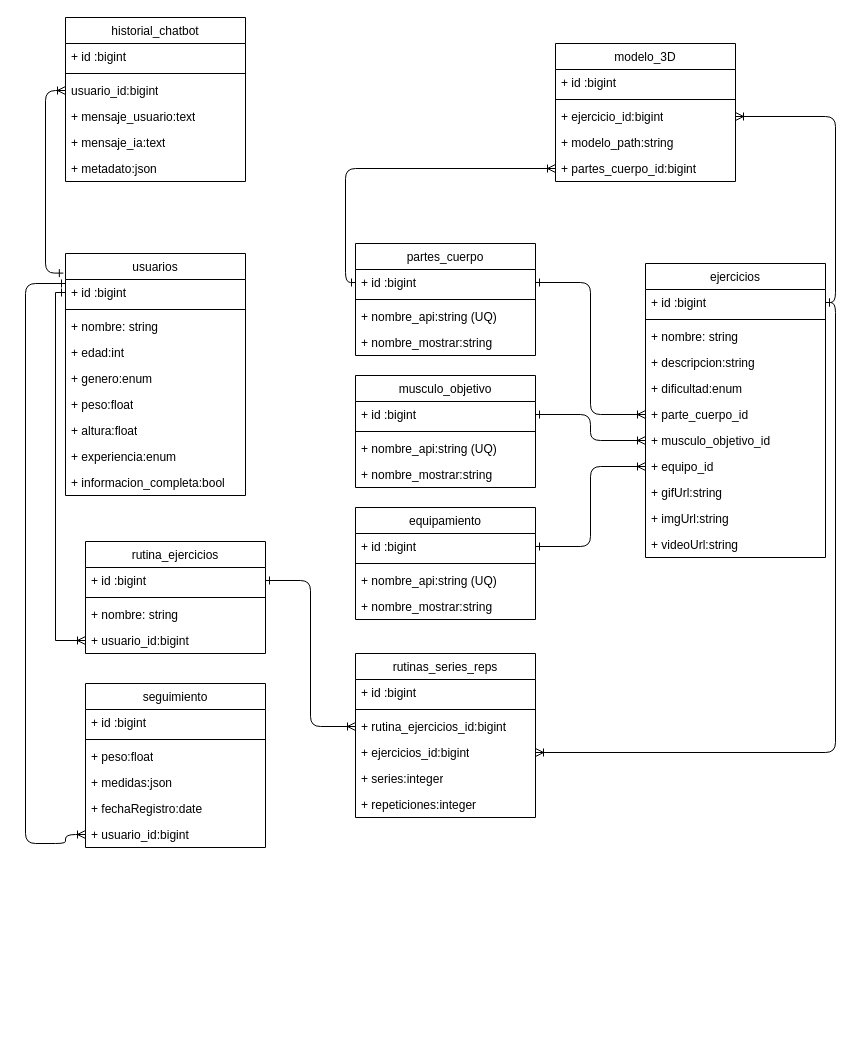
Before: public/database/db.drawio in Jipanaqaba/FITYRON, a draw.io diagram. Source tidied: cells renumbered, new cells numbered last; positions are measured from the earlier drawing's top-left corner, leaving out a move shared by most shapes. Both pictures are drawn from the tidied source at 100%, with x=0, y=0 at pixel (25, 17).
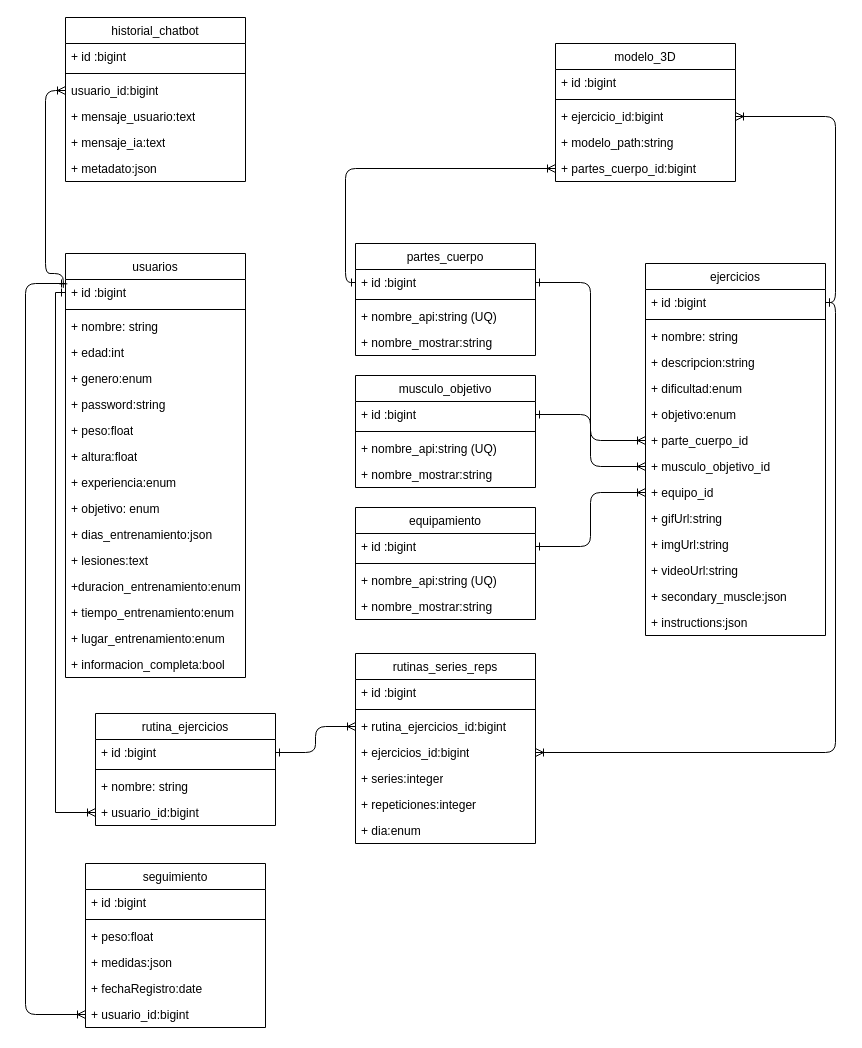
The same page after the edit.

The change refers to these unchanged cells:
```xml
<mxCell id="3" value="&lt;span style=&quot;color: rgb(0, 0, 0);&quot;&gt;+ id :bigint&lt;/span&gt;" style="text;strokeColor=none;fillColor=none;align=left;verticalAlign=top;spacingLeft=4;spacingRight=4;overflow=hidden;points=[[0,0.5],[1,0.5]];portConstraint=eastwest;whiteSpace=wrap;html=1;" parent="2" vertex="1">
  <mxGeometry y="26" width="180" height="26" as="geometry" />
</mxCell>
<mxCell id="45" value="&lt;span style=&quot;color: rgb(0, 0, 0);&quot;&gt;+ usuario_id:bigint&lt;/span&gt;" style="text;strokeColor=none;fillColor=none;align=left;verticalAlign=top;spacingLeft=4;spacingRight=4;overflow=hidden;points=[[0,0.5],[1,0.5]];portConstraint=eastwest;whiteSpace=wrap;html=1;" parent="39" vertex="1">
  <mxGeometry y="138" width="180" height="26" as="geometry" />
</mxCell>
```

What changed in the source:
```diff
@@
     <mxCell id="2" value="&lt;span style=&quot;color: rgb(0, 0, 0); font-weight: 400;&quot;&gt;usuarios&lt;/span&gt;" style="swimlane;fontStyle=1;align=center;verticalAlign=top;horizontal=1;startSize=26;whiteSpace=wrap;html=1;" parent="1" vertex="1">
-      <mxGeometry x="40" y="236" width="180" height="242" as="geometry" />
+      <mxGeometry x="40" y="236" width="180" height="424" as="geometry" />
     </mxCell>
@@
+    <mxCell id="11" value="+ password:string" style="text;strokeColor=none;fillColor=none;align=left;verticalAlign=top;spacingLeft=4;spacingRight=4;overflow=hidden;whiteSpace=wrap;html=1;" parent="2" vertex="1">
+      <mxGeometry y="138" width="180" height="26" as="geometry" />
+    </mxCell>
     <mxCell id="8" value="+ peso:float" style="text;strokeColor=none;fillColor=none;align=left;verticalAlign=top;spacingLeft=4;spacingRight=4;overflow=hidden;whiteSpace=wrap;html=1;" parent="2" vertex="1">
-      <mxGeometry y="138" width="180" height="26" as="geometry" />
+      <mxGeometry y="164" width="180" height="26" as="geometry" />
     </mxCell>
     <mxCell id="9" value="+ altura:float" style="text;strokeColor=none;fillColor=none;align=left;verticalAlign=top;spacingLeft=4;spacingRight=4;overflow=hidden;whiteSpace=wrap;html=1;" parent="2" vertex="1">
-      <mxGeometry y="164" width="180" height="26" as="geometry" />
+      <mxGeometry y="190" width="180" height="26" as="geometry" />
     </mxCell>
     <mxCell id="10" value="+ experiencia:enum" style="text;strokeColor=none;fillColor=none;align=left;verticalAlign=top;spacingLeft=4;spacingRight=4;overflow=hidden;whiteSpace=wrap;html=1;" parent="2" vertex="1">
-      <mxGeometry y="190" width="180" height="26" as="geometry" />
+      <mxGeometry y="216" width="180" height="26" as="geometry" />
     </mxCell>
-    <mxCell id="11" value="+ informacion_completa:bool" style="text;strokeColor=none;fillColor=none;align=left;verticalAlign=top;spacingLeft=4;spacingRight=4;overflow=hidden;whiteSpace=wrap;html=1;" parent="2" vertex="1">
-      <mxGeometry y="216" width="180" height="26" as="geometry" />
-    </mxCell>
+    <mxCell id="81" value="+ objetivo: enum" style="text;strokeColor=none;fillColor=none;align=left;verticalAlign=top;spacingLeft=4;spacingRight=4;overflow=hidden;whiteSpace=wrap;html=1;" parent="2" vertex="1">
+      <mxGeometry y="242" width="180" height="26" as="geometry" />
+    </mxCell>
+    <mxCell id="82" value="+ dias_entrenamiento:json" style="text;strokeColor=none;fillColor=none;align=left;verticalAlign=top;spacingLeft=4;spacingRight=4;overflow=hidden;whiteSpace=wrap;html=1;" parent="2" vertex="1">
+      <mxGeometry y="268" width="180" height="26" as="geometry" />
+    </mxCell>
+    <mxCell id="83" value="+ lesiones:text" style="text;strokeColor=none;fillColor=none;align=left;verticalAlign=top;spacingLeft=4;spacingRight=4;overflow=hidden;whiteSpace=wrap;html=1;" parent="2" vertex="1">
+      <mxGeometry y="294" width="180" height="26" as="geometry" />
+    </mxCell>
+    <mxCell id="84" value="+duracion_entrenamiento:enum" style="text;strokeColor=none;fillColor=none;align=left;verticalAlign=top;spacingLeft=4;spacingRight=4;overflow=hidden;whiteSpace=wrap;html=1;" parent="2" vertex="1">
+      <mxGeometry y="320" width="180" height="26" as="geometry" />
+    </mxCell>
+    <mxCell id="85" value="+ tiempo_entrenamiento:enum" style="text;strokeColor=none;fillColor=none;align=left;verticalAlign=top;spacingLeft=4;spacingRight=4;overflow=hidden;whiteSpace=wrap;html=1;" parent="2" vertex="1">
+      <mxGeometry y="346" width="180" height="26" as="geometry" />
+    </mxCell>
+    <mxCell id="86" value="+ lugar_entrenamiento:enum" style="text;strokeColor=none;fillColor=none;align=left;verticalAlign=top;spacingLeft=4;spacingRight=4;overflow=hidden;whiteSpace=wrap;html=1;" parent="2" vertex="1">
+      <mxGeometry y="372" width="180" height="26" as="geometry" />
+    </mxCell>
+    <mxCell id="87" value="+ informacion_completa:bool" style="text;strokeColor=none;fillColor=none;align=left;verticalAlign=top;spacingLeft=4;spacingRight=4;overflow=hidden;whiteSpace=wrap;html=1;" parent="2" vertex="1">
+      <mxGeometry y="398" width="180" height="26" as="geometry" />
+    </mxCell>
     <mxCell id="12" value="&lt;span style=&quot;color: rgb(0, 0, 0); font-weight: 400;&quot;&gt;ejercicios&lt;/span&gt;" style="swimlane;fontStyle=1;align=center;verticalAlign=top;horizontal=1;startSize=26;whiteSpace=wrap;html=1;" parent="1" vertex="1">
-      <mxGeometry x="620" y="246" width="180" height="294" as="geometry" />
+      <mxGeometry x="620" y="246" width="180" height="372" as="geometry" />
     </mxCell>
@@
+    <mxCell id="88" value="&lt;span style=&quot;color: rgb(0, 0, 0);&quot;&gt;+ objetivo:enum&lt;/span&gt;" style="text;strokeColor=none;fillColor=none;align=left;verticalAlign=top;spacingLeft=4;spacingRight=4;overflow=hidden;whiteSpace=wrap;html=1;" parent="12" vertex="1">
+      <mxGeometry y="138" width="180" height="26" as="geometry" />
+    </mxCell>
     <mxCell id="18" value="+ parte_cuerpo_id" style="text;strokeColor=none;fillColor=none;align=left;verticalAlign=top;spacingLeft=4;spacingRight=4;overflow=hidden;points=[[0,0.5],[1,0.5]];portConstraint=eastwest;whiteSpace=wrap;html=1;" parent="12" vertex="1">
-      <mxGeometry y="138" width="180" height="26" as="geometry" />
+      <mxGeometry y="164" width="180" height="26" as="geometry" />
     </mxCell>
     <mxCell id="19" value="+ musculo_objetivo_id" style="text;strokeColor=none;fillColor=none;align=left;verticalAlign=top;spacingLeft=4;spacingRight=4;overflow=hidden;points=[[0,0.5],[1,0.5]];portConstraint=eastwest;whiteSpace=wrap;html=1;" parent="12" vertex="1">
-      <mxGeometry y="164" width="180" height="26" as="geometry" />
+      <mxGeometry y="190" width="180" height="26" as="geometry" />
     </mxCell>
     <mxCell id="20" value="+ equipo_id" style="text;strokeColor=none;fillColor=none;align=left;verticalAlign=top;spacingLeft=4;spacingRight=4;overflow=hidden;points=[[0,0.5],[1,0.5]];portConstraint=eastwest;whiteSpace=wrap;html=1;" parent="12" vertex="1">
-      <mxGeometry y="190" width="180" height="26" as="geometry" />
+      <mxGeometry y="216" width="180" height="26" as="geometry" />
     </mxCell>
     <mxCell id="21" value="+ gifUrl:string" style="text;strokeColor=none;fillColor=none;align=left;verticalAlign=top;spacingLeft=4;spacingRight=4;overflow=hidden;whiteSpace=wrap;html=1;" parent="12" vertex="1">
-      <mxGeometry y="216" width="180" height="26" as="geometry" />
+      <mxGeometry y="242" width="180" height="26" as="geometry" />
     </mxCell>
     <mxCell id="22" value="+ imgUrl:string" style="text;strokeColor=none;fillColor=none;align=left;verticalAlign=top;spacingLeft=4;spacingRight=4;overflow=hidden;whiteSpace=wrap;html=1;" parent="12" vertex="1">
-      <mxGeometry y="242" width="180" height="26" as="geometry" />
+      <mxGeometry y="268" width="180" height="26" as="geometry" />
     </mxCell>
     <mxCell id="23" value="+ videoUrl:string" style="text;strokeColor=none;fillColor=none;align=left;verticalAlign=top;spacingLeft=4;spacingRight=4;overflow=hidden;whiteSpace=wrap;html=1;" parent="12" vertex="1">
-      <mxGeometry y="268" width="180" height="26" as="geometry" />
+      <mxGeometry y="294" width="180" height="26" as="geometry" />
     </mxCell>
+    <mxCell id="89" value="+ secondary_muscle:json" style="text;strokeColor=none;fillColor=none;align=left;verticalAlign=top;spacingLeft=4;spacingRight=4;overflow=hidden;whiteSpace=wrap;html=1;" parent="12" vertex="1">
+      <mxGeometry y="320" width="180" height="26" as="geometry" />
+    </mxCell>
+    <mxCell id="90" value="+ instructions:json" style="text;strokeColor=none;fillColor=none;align=left;verticalAlign=top;spacingLeft=4;spacingRight=4;overflow=hidden;whiteSpace=wrap;html=1;" parent="12" vertex="1">
+      <mxGeometry y="346" width="180" height="26" as="geometry" />
+    </mxCell>
     <mxCell id="24" value="&lt;span style=&quot;color: rgb(0, 0, 0); font-weight: 400;&quot;&gt;rutina_ejercicios&lt;/span&gt;" style="swimlane;fontStyle=1;align=center;verticalAlign=top;horizontal=1;startSize=26;whiteSpace=wrap;html=1;" parent="1" vertex="1">
-      <mxGeometry x="60" y="524" width="180" height="112" as="geometry" />
+      <mxGeometry x="70" y="696" width="180" height="112" as="geometry" />
     </mxCell>
@@
     <mxCell id="30" value="&lt;span style=&quot;color: rgb(0, 0, 0); font-weight: 400;&quot;&gt;rutinas_series_reps&lt;/span&gt;" style="swimlane;fontStyle=1;align=center;verticalAlign=top;horizontal=1;startSize=26;whiteSpace=wrap;html=1;" parent="1" vertex="1">
-      <mxGeometry x="330" y="636" width="180" height="164" as="geometry" />
+      <mxGeometry x="330" y="636" width="180" height="190" as="geometry" />
     </mxCell>
@@
+    <mxCell id="91" value="+ dia:enum" style="text;strokeColor=none;fillColor=none;align=left;verticalAlign=top;spacingLeft=4;spacingRight=4;overflow=hidden;whiteSpace=wrap;html=1;" parent="30" vertex="1">
+      <mxGeometry y="164" width="180" height="26" as="geometry" />
+    </mxCell>
@@
     <mxCell id="39" value="&lt;span style=&quot;color: rgb(0, 0, 0); font-weight: 400;&quot;&gt;seguimiento&lt;/span&gt;" style="swimlane;fontStyle=1;align=center;verticalAlign=top;horizontal=1;startSize=26;whiteSpace=wrap;html=1;" parent="1" vertex="1">
-      <mxGeometry x="60" y="666" width="180" height="164" as="geometry" />
+      <mxGeometry x="60" y="846" width="180" height="164" as="geometry" />
     </mxCell>
@@
     <mxCell id="53" style="edgeStyle=orthogonalEdgeStyle;html=1;startArrow=ERoneToMany;startFill=0;endArrow=ERone;endFill=0;exitX=0;exitY=0.5;exitDx=0;exitDy=0;" parent="1" edge="1" source="45" target="3">
       <mxGeometry relative="1" as="geometry">
         <Array as="points">
-          <mxPoint x="40" y="826" />
-          <mxPoint y="826" />
+          <mxPoint y="997" />
           <mxPoint y="266" />
         </Array>
       </mxGeometry>
     </mxCell>
```
